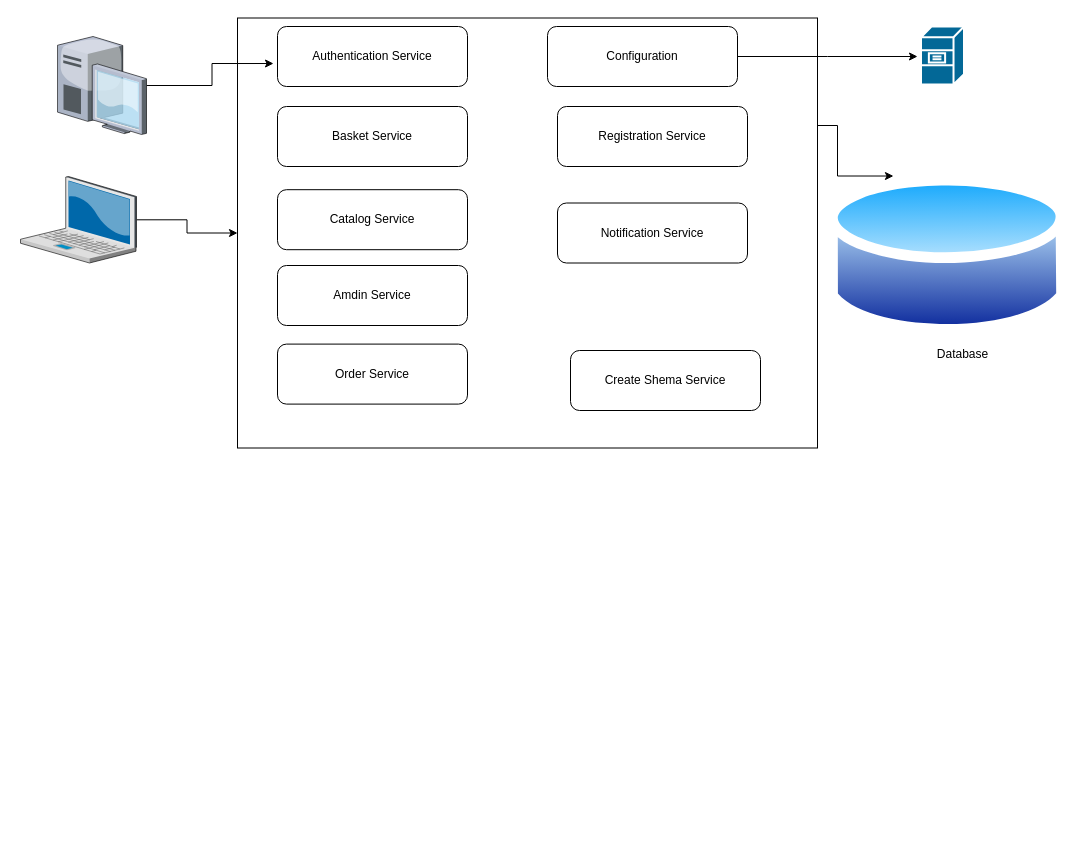
Earlier version of the draw.io diagram eShop-microservices.drawio (pavel4otus/arch_HW06). Source tidied: cells renumbered, new cells numbered last; positions are measured from the earlier drawing's top-left corner, leaving out a move shared by most shapes. Both pictures are drawn from the tidied source at 100%, with x=0, y=0 at pixel (20, 18).
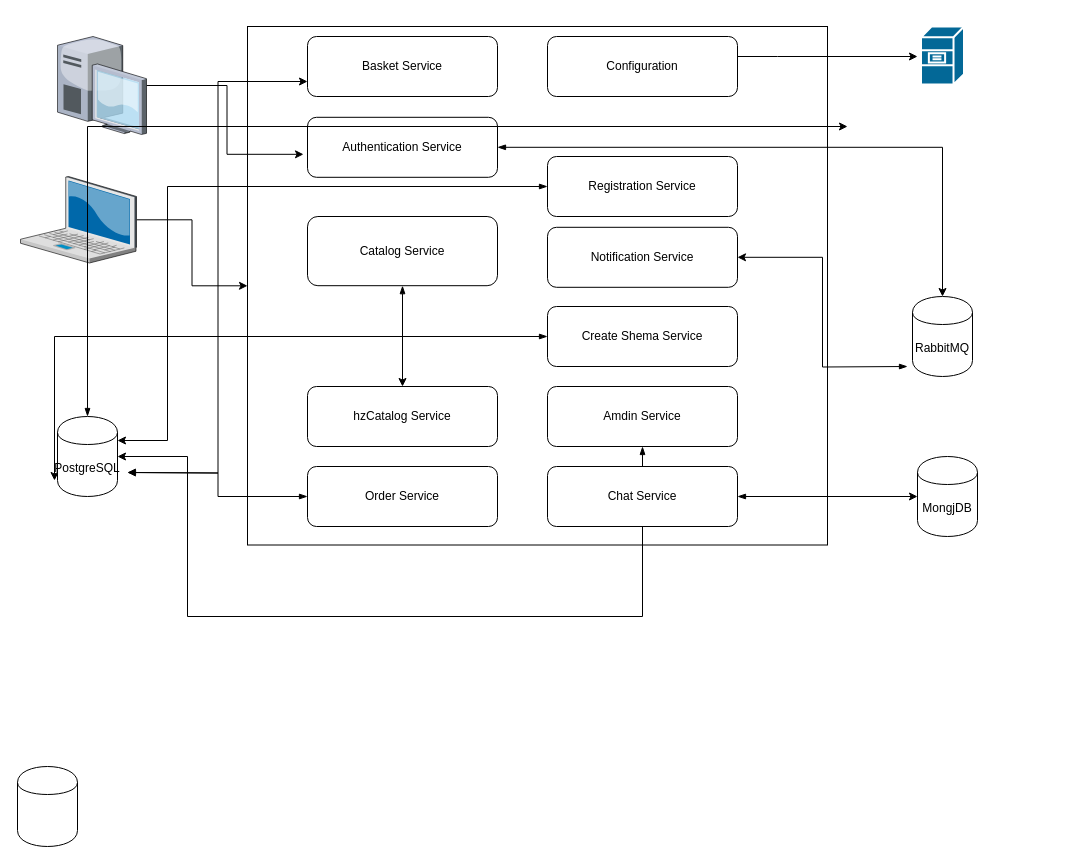
The same diagram, later.

Change to the diagram source:
```diff
@@
-    <mxCell id="2" style="edgeStyle=orthogonalEdgeStyle;rounded=0;jettySize=auto;html=1;exitX=1;exitY=0.25;exitDx=0;exitDy=0;entryX=0.25;entryY=0;entryDx=0;entryDy=0;" parent="1" edge="1" source="3" target="8">
-      <mxGeometry relative="1" as="geometry" />
-    </mxCell>
     <mxCell id="3" style="rounded=0;whiteSpace=wrap;html=1;" parent="1" vertex="1">
-      <mxGeometry x="217" y="-0.5" width="580" height="430" as="geometry" />
+      <mxGeometry x="227" y="8" width="580" height="518.5" as="geometry" />
     </mxCell>
@@
-    <mxCell id="8" style="perimeter=ellipsePerimeter;html=1;align=center;shadow=0;dashed=0;spacingTop=3;image;image=img/lib/active_directory/database.svg;" parent="1" vertex="1">
-      <mxGeometry x="807" y="148" width="240" height="177.6" as="geometry" />
-    </mxCell>
-    <mxCell id="9" value="Database" style="text;html=1;align=center;verticalAlign=middle;" parent="1" vertex="1">
-      <mxGeometry x="907" y="325.6" width="70" height="20" as="geometry" />
-    </mxCell>
     <mxCell id="10" style="edgeStyle=orthogonalEdgeStyle;rounded=0;jettySize=auto;html=1;" parent="1" edge="1" source="11">
       <mxGeometry relative="1" as="geometry">
         <mxPoint x="897" y="38" as="targetPoint" />
+        <Array as="points">
+          <mxPoint x="757" y="38" />
+          <mxPoint x="757" y="38" />
+        </Array>
       </mxGeometry>
     </mxCell>
     <mxCell id="11" value="Configuration" style="rounded=1;whiteSpace=wrap;html=1;" parent="1" vertex="1">
-      <mxGeometry x="527" y="8" width="190" height="60" as="geometry" />
+      <mxGeometry x="527" y="18" width="190" height="60" as="geometry" />
     </mxCell>
+    <mxCell id="21" style="edgeStyle=orthogonalEdgeStyle;rounded=0;jettySize=auto;html=1;startArrow=blockThin;startFill=1;strokeColor=#000000;entryX=0.5;entryY=0;entryDx=0;entryDy=0;" parent="1" edge="1" source="12" target="29">
+      <mxGeometry relative="1" as="geometry" />
+    </mxCell>
     <mxCell id="12" value="Authentication Service" style="rounded=1;whiteSpace=wrap;html=1;" parent="1" vertex="1">
-      <mxGeometry x="257" y="8" width="190" height="60" as="geometry" />
+      <mxGeometry x="287" y="98.8" width="190" height="60" as="geometry" />
     </mxCell>
+    <mxCell id="22" style="edgeStyle=orthogonalEdgeStyle;rounded=0;jettySize=auto;html=1;strokeColor=#000000;startArrow=blockThin;startFill=1;" parent="1" edge="1" source="13" target="27">
+      <mxGeometry relative="1" as="geometry" />
+    </mxCell>
     <mxCell id="13" value="Catalog Service" style="rounded=1;whiteSpace=wrap;html=1;" parent="1" vertex="1">
-      <mxGeometry x="257" y="171.2" width="190" height="60" as="geometry" />
+      <mxGeometry x="287" y="198" width="190" height="69.2" as="geometry" />
     </mxCell>
     <mxCell id="14" value="Basket Service" style="rounded=1;whiteSpace=wrap;html=1;" parent="1" vertex="1">
-      <mxGeometry x="257" y="88" width="190" height="60" as="geometry" />
+      <mxGeometry x="287" y="18" width="190" height="60" as="geometry" />
     </mxCell>
+    <mxCell id="23" style="edgeStyle=orthogonalEdgeStyle;rounded=0;jettySize=auto;html=1;entryX=-0.05;entryY=0.8;entryDx=0;entryDy=0;entryPerimeter=0;startArrow=blockThin;startFill=1;strokeColor=#000000;" parent="1" edge="1" source="15" target="35">
+      <mxGeometry relative="1" as="geometry" />
+    </mxCell>
     <mxCell id="15" value="Create Shema Service" style="rounded=1;whiteSpace=wrap;html=1;" parent="1" vertex="1">
-      <mxGeometry x="550" y="332" width="190" height="60" as="geometry" />
+      <mxGeometry x="527" y="288" width="190" height="60" as="geometry" />
     </mxCell>
     <mxCell id="16" value="Notification Service" style="rounded=1;whiteSpace=wrap;html=1;" parent="1" vertex="1">
-      <mxGeometry x="537" y="184.5" width="190" height="60" as="geometry" />
+      <mxGeometry x="527" y="208.8" width="190" height="60" as="geometry" />
     </mxCell>
+    <mxCell id="24" style="edgeStyle=orthogonalEdgeStyle;rounded=0;jettySize=auto;html=1;startArrow=blockThin;startFill=1;strokeColor=#000000;" parent="1" edge="1" source="17">
+      <mxGeometry relative="1" as="geometry">
+        <mxPoint x="107" y="454" as="targetPoint" />
+      </mxGeometry>
+    </mxCell>
     <mxCell id="17" value="Order Service" style="rounded=1;whiteSpace=wrap;html=1;" parent="1" vertex="1">
-      <mxGeometry x="257" y="325.6" width="190" height="60" as="geometry" />
+      <mxGeometry x="287" y="448" width="190" height="60" as="geometry" />
     </mxCell>
+    <mxCell id="25" style="edgeStyle=orthogonalEdgeStyle;rounded=0;jettySize=auto;html=1;startArrow=blockThin;startFill=1;strokeColor=#000000;" parent="1" edge="1" source="18" target="35">
+      <mxGeometry relative="1" as="geometry">
+        <Array as="points">
+          <mxPoint x="622" y="598" />
+          <mxPoint x="167" y="598" />
+          <mxPoint x="167" y="438" />
+        </Array>
+      </mxGeometry>
+    </mxCell>
     <mxCell id="18" value="Amdin Service" style="rounded=1;whiteSpace=wrap;html=1;" parent="1" vertex="1">
-      <mxGeometry x="257" y="247" width="190" height="60" as="geometry" />
+      <mxGeometry x="527" y="368" width="190" height="60" as="geometry" />
     </mxCell>
@@
+    <mxCell id="26" style="edgeStyle=orthogonalEdgeStyle;rounded=0;jettySize=auto;html=1;entryX=1;entryY=0.3;entryDx=0;entryDy=0;startArrow=blockThin;startFill=1;strokeColor=#000000;" parent="1" edge="1" source="20" target="35">
+      <mxGeometry relative="1" as="geometry">
+        <Array as="points">
+          <mxPoint x="147" y="168" />
+          <mxPoint x="147" y="422" />
+        </Array>
+      </mxGeometry>
+    </mxCell>
     <mxCell id="20" value="Registration Service" style="rounded=1;whiteSpace=wrap;html=1;" parent="1" vertex="1">
-      <mxGeometry x="537" y="88" width="190" height="60" as="geometry" />
+      <mxGeometry x="527" y="138" width="190" height="60" as="geometry" />
     </mxCell>
+    <mxCell id="27" value="hzCatalog Service" style="rounded=1;whiteSpace=wrap;html=1;" parent="1" vertex="1">
+      <mxGeometry x="287" y="368" width="190" height="60" as="geometry" />
+    </mxCell>
+    <mxCell id="28" style="edgeStyle=orthogonalEdgeStyle;rounded=0;jettySize=auto;html=1;entryX=1;entryY=0.5;entryDx=0;entryDy=0;startArrow=blockThin;startFill=1;strokeColor=#000000;" parent="1" edge="1" target="16">
+      <mxGeometry relative="1" as="geometry">
+        <mxPoint x="887" y="348" as="sourcePoint" />
+      </mxGeometry>
+    </mxCell>
+    <mxCell id="29" value="RabbitMQ" style="shape=cylinder;whiteSpace=wrap;html=1;boundedLbl=1;backgroundOutline=1;" parent="1" vertex="1">
+      <mxGeometry x="892" y="278" width="60" height="80" as="geometry" />
+    </mxCell>
+    <mxCell id="30" value="MongjDB" style="shape=cylinder;whiteSpace=wrap;html=1;boundedLbl=1;backgroundOutline=1;" parent="1" vertex="1">
+      <mxGeometry x="897" y="438" width="60" height="80" as="geometry" />
+    </mxCell>
+    <mxCell id="31" style="edgeStyle=orthogonalEdgeStyle;rounded=0;jettySize=auto;html=1;entryX=0;entryY=0.5;entryDx=0;entryDy=0;startArrow=blockThin;startFill=1;strokeColor=#000000;" parent="1" edge="1" source="32" target="30">
+      <mxGeometry relative="1" as="geometry" />
+    </mxCell>
+    <mxCell id="32" value="Chat Service" style="rounded=1;whiteSpace=wrap;html=1;" parent="1" vertex="1">
+      <mxGeometry x="527" y="448" width="190" height="60" as="geometry" />
+    </mxCell>
+    <mxCell id="33" style="shape=cylinder;whiteSpace=wrap;html=1;boundedLbl=1;backgroundOutline=1;" parent="1" vertex="1">
+      <mxGeometry x="-3" y="748" width="60" height="80" as="geometry" />
+    </mxCell>
+    <mxCell id="34" style="edgeStyle=orthogonalEdgeStyle;rounded=0;jettySize=auto;html=1;startArrow=blockThin;startFill=1;strokeColor=#000000;" parent="1" edge="1" source="35">
+      <mxGeometry relative="1" as="geometry">
+        <mxPoint x="827" y="108" as="targetPoint" />
+        <Array as="points">
+          <mxPoint x="477" y="108" />
+          <mxPoint x="477" y="108" />
+        </Array>
+      </mxGeometry>
+    </mxCell>
+    <mxCell id="35" value="PostgreSQL" style="shape=cylinder;whiteSpace=wrap;html=1;boundedLbl=1;backgroundOutline=1;" parent="1" vertex="1">
+      <mxGeometry x="37" y="398" width="60" height="80" as="geometry" />
+    </mxCell>
+    <mxCell id="36" style="edgeStyle=orthogonalEdgeStyle;rounded=0;jettySize=auto;html=1;startArrow=blockThin;startFill=1;strokeColor=#000000;entryX=0;entryY=0.75;entryDx=0;entryDy=0;" parent="1" edge="1" target="14">
+      <mxGeometry relative="1" as="geometry">
+        <mxPoint x="107" y="454" as="sourcePoint" />
+      </mxGeometry>
+    </mxCell>
```
